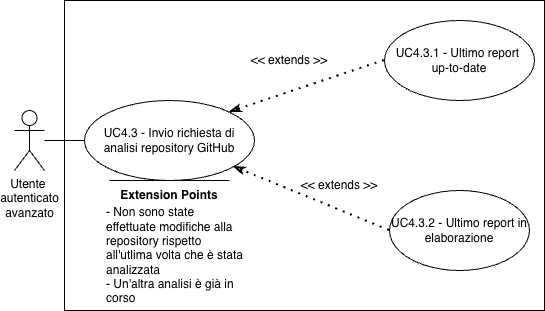
SkarabGroup/DocumentazioneProgetto keeps this draw.io diagram as assets/diagrams/UC4_3.png. Above is the earlier version. Source tidied: cells renumbered, new cells last; positions are measured from the earlier drawing's top-left corner, leaving out a move shared by most shapes. Source of this version:
```xml
<mxGraphModel>
  <root>
    <mxCell id="0" />
    <mxCell id="1" parent="0" />
    <mxCell id="2" style="rounded=0;whiteSpace=wrap;html=1;" parent="1" vertex="1">
      <mxGeometry x="50" width="480" height="310" as="geometry" />
    </mxCell>
    <mxCell id="3" value="Utente&amp;nbsp;&lt;div&gt;autenticato&lt;/div&gt;&lt;div&gt;avanzato&lt;/div&gt;" style="shape=umlActor;verticalLabelPosition=bottom;verticalAlign=top;html=1;outlineConnect=0;" parent="1" vertex="1">
      <mxGeometry y="110" width="30" height="60" as="geometry" />
    </mxCell>
    <mxCell id="4" value="UC4.3 - Invio richiesta di analisi repository GitHub" style="ellipse;whiteSpace=wrap;html=1;" parent="1" vertex="1">
      <mxGeometry x="70" y="100" width="170" height="80" as="geometry" />
    </mxCell>
    <mxCell id="5" value="UC4.3.1 - Ultimo report&amp;nbsp;&lt;div&gt;up-to-date&lt;/div&gt;" style="ellipse;whiteSpace=wrap;html=1;" parent="1" vertex="1">
      <mxGeometry x="370" y="20" width="150" height="80" as="geometry" />
    </mxCell>
    <mxCell id="6" style="endArrow=classicThin;dashed=1;html=1;dashPattern=1 3;strokeWidth=2;rounded=0;entryX=1;entryY=0;entryDx=0;entryDy=0;exitX=0;exitY=0.5;exitDx=0;exitDy=0;endFill=0;startArrow=none;startFill=0;" parent="1" edge="1" source="5" target="4">
      <mxGeometry relative="1" as="geometry" />
    </mxCell>
    <mxCell id="7" style="endArrow=none;html=1;rounded=0;entryX=0;entryY=0.5;entryDx=0;entryDy=0;" parent="1" edge="1" source="3" target="4">
      <mxGeometry relative="1" as="geometry" />
    </mxCell>
    <mxCell id="8" value="&amp;lt;&amp;lt; extends &amp;gt;&amp;gt;" style="text;html=1;whiteSpace=wrap;strokeColor=none;fillColor=none;align=center;verticalAlign=middle;rounded=0;" parent="1" vertex="1">
      <mxGeometry x="230" y="45" width="90" height="30" as="geometry" />
    </mxCell>
    <mxCell id="9" value="&lt;b&gt;Extension Points&lt;/b&gt;" style="text;html=1;whiteSpace=wrap;strokeColor=none;fillColor=none;align=center;verticalAlign=middle;rounded=0;" parent="1" vertex="1">
      <mxGeometry x="95" y="180" width="120" height="30" as="geometry" />
    </mxCell>
    <mxCell id="10" style="endArrow=none;html=1;rounded=0;entryX=1;entryY=0;entryDx=0;entryDy=0;" parent="1" edge="1" target="9">
      <mxGeometry relative="1" as="geometry">
        <mxPoint x="95" y="180" as="sourcePoint" />
      </mxGeometry>
    </mxCell>
    <mxCell id="11" value="- Non sono state effettuate modifiche alla repository rispetto all'utlima volta che è stata analizzata&amp;nbsp;&lt;div&gt;- Un'altra analisi è già in corso&lt;/div&gt;" style="text;html=1;whiteSpace=wrap;strokeColor=none;fillColor=none;align=left;verticalAlign=middle;rounded=0;" parent="1" vertex="1">
      <mxGeometry x="90" y="210" width="140" height="90" as="geometry" />
    </mxCell>
    <mxCell id="12" value="UC4.3.2 - Ultimo report in elaborazione" style="ellipse;whiteSpace=wrap;html=1;" parent="1" vertex="1">
      <mxGeometry x="375" y="190" width="140" height="80" as="geometry" />
    </mxCell>
    <mxCell id="13" style="endArrow=classicThin;dashed=1;html=1;dashPattern=1 3;strokeWidth=2;rounded=0;exitX=0;exitY=0.5;exitDx=0;exitDy=0;endFill=0;startArrow=none;startFill=0;" parent="1" edge="1" source="12" target="4">
      <mxGeometry relative="1" as="geometry" />
    </mxCell>
    <mxCell id="14" value="&amp;lt;&amp;lt; extends &amp;gt;&amp;gt;" style="text;html=1;whiteSpace=wrap;strokeColor=none;fillColor=none;align=center;verticalAlign=middle;rounded=0;" parent="1" vertex="1">
      <mxGeometry x="280" y="170" width="90" height="30" as="geometry" />
    </mxCell>
  </root>
</mxGraphModel>
```
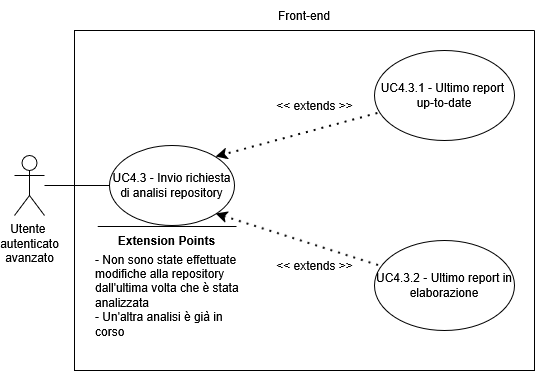
After the commit.

Diff of the diagram source:
```diff
@@ -2,46 +2,50 @@
   <root>
     <mxCell id="0" />
     <mxCell id="1" parent="0" />
-    <mxCell id="2" style="rounded=0;whiteSpace=wrap;html=1;" parent="1" vertex="1">
-      <mxGeometry x="50" width="480" height="310" as="geometry" />
-    </mxCell>
-    <mxCell id="3" value="Utente&amp;nbsp;&lt;div&gt;autenticato&lt;/div&gt;&lt;div&gt;avanzato&lt;/div&gt;" style="shape=umlActor;verticalLabelPosition=bottom;verticalAlign=top;html=1;outlineConnect=0;" parent="1" vertex="1">
+    <mxCell id="3" value="&lt;div&gt;Utente&amp;nbsp;&lt;/div&gt;&lt;div&gt;autenticato&lt;/div&gt;&lt;div&gt;avanzato&lt;/div&gt;" style="shape=umlActor;verticalLabelPosition=bottom;verticalAlign=top;html=1;outlineConnect=0;" parent="1" vertex="1">
       <mxGeometry y="110" width="30" height="60" as="geometry" />
     </mxCell>
-    <mxCell id="4" value="UC4.3 - Invio richiesta di analisi repository GitHub" style="ellipse;whiteSpace=wrap;html=1;" parent="1" vertex="1">
-      <mxGeometry x="70" y="100" width="170" height="80" as="geometry" />
-    </mxCell>
+    <mxCell id="15" style="swimlane;startSize=0;" parent="1" vertex="1">
+      <mxGeometry x="60" y="-15" width="460" height="340" as="geometry" />
+    </mxCell>
+    <mxCell id="16" value="UC4.3 - Invio richiesta di analisi repository" style="ellipse;whiteSpace=wrap;html=1;" parent="15" vertex="1">
+      <mxGeometry x="35" y="115" width="125" height="80" as="geometry" />
+    </mxCell>
-    <mxCell id="5" value="UC4.3.1 - Ultimo report&amp;nbsp;&lt;div&gt;up-to-date&lt;/div&gt;" style="ellipse;whiteSpace=wrap;html=1;" parent="1" vertex="1">
-      <mxGeometry x="370" y="20" width="150" height="80" as="geometry" />
+    <mxCell id="5" value="&lt;div&gt;UC4.3.1 - Ultimo report&amp;nbsp;&lt;/div&gt;&lt;div&gt;up-to-date&lt;/div&gt;" style="ellipse;whiteSpace=wrap;html=1;" parent="15" vertex="1">
+      <mxGeometry x="300" y="20" width="140" height="90" as="geometry" />
     </mxCell>
-    <mxCell id="6" style="endArrow=classicThin;dashed=1;html=1;dashPattern=1 3;strokeWidth=2;rounded=0;entryX=1;entryY=0;entryDx=0;entryDy=0;exitX=0;exitY=0.5;exitDx=0;exitDy=0;endFill=0;startArrow=none;startFill=0;" parent="1" edge="1" source="5" target="4">
-      <mxGeometry relative="1" as="geometry" />
-    </mxCell>
-    <mxCell id="7" style="endArrow=none;html=1;rounded=0;entryX=0;entryY=0.5;entryDx=0;entryDy=0;" parent="1" edge="1" source="3" target="4">
-      <mxGeometry relative="1" as="geometry" />
-    </mxCell>
-    <mxCell id="8" value="&amp;lt;&amp;lt; extends &amp;gt;&amp;gt;" style="text;html=1;whiteSpace=wrap;strokeColor=none;fillColor=none;align=center;verticalAlign=middle;rounded=0;" parent="1" vertex="1">
-      <mxGeometry x="230" y="45" width="90" height="30" as="geometry" />
-    </mxCell>
+    <mxCell id="17" style="endArrow=classic;dashed=1;html=1;dashPattern=1 3;strokeWidth=2;rounded=0;entryX=1;entryY=0;entryDx=0;entryDy=0;exitX=0.024;exitY=0.7;exitDx=0;exitDy=0;strokeColor=default;curved=0;endFill=1;endSize=6;exitPerimeter=0;" parent="15" edge="1" source="5" target="16">
+      <mxGeometry relative="1" as="geometry" />
+    </mxCell>
+    <mxCell id="18" value="&lt;div&gt;&amp;lt;&amp;lt; extends &amp;gt;&amp;gt;&lt;/div&gt;" style="text;html=1;whiteSpace=wrap;strokeColor=none;fillColor=none;align=center;verticalAlign=middle;rounded=0;" parent="15" vertex="1">
+      <mxGeometry x="192.5" y="60" width="95" height="30" as="geometry" />
+    </mxCell>
+    <mxCell id="12" value="UC4.3.2 - Ultimo report in elaborazione" style="ellipse;whiteSpace=wrap;html=1;" parent="15" vertex="1">
+      <mxGeometry x="300" y="210" width="140" height="90" as="geometry" />
+    </mxCell>
+    <mxCell id="19" style="endArrow=classic;dashed=1;html=1;dashPattern=1 3;strokeWidth=2;rounded=0;entryX=1;entryY=1;entryDx=0;entryDy=0;exitX=0.029;exitY=0.278;exitDx=0;exitDy=0;strokeColor=default;curved=0;endFill=1;endSize=6;exitPerimeter=0;" parent="15" edge="1" source="12" target="16">
+      <mxGeometry relative="1" as="geometry" />
+    </mxCell>
+    <mxCell id="20" value="&amp;lt;&amp;lt; extends &amp;gt;&amp;gt;" style="text;html=1;whiteSpace=wrap;strokeColor=none;fillColor=none;align=center;verticalAlign=middle;rounded=0;" parent="15" vertex="1">
+      <mxGeometry x="192.5" y="220" width="95" height="30" as="geometry" />
+    </mxCell>
+    <mxCell id="21" style="endArrow=none;html=1;rounded=0;" parent="15" edge="1">
+      <mxGeometry relative="1" as="geometry">
+        <mxPoint x="162" y="196" as="sourcePoint" />
+        <mxPoint x="23.2" y="196" as="targetPoint" />
+      </mxGeometry>
+    </mxCell>
-    <mxCell id="9" value="&lt;b&gt;Extension Points&lt;/b&gt;" style="text;html=1;whiteSpace=wrap;strokeColor=none;fillColor=none;align=center;verticalAlign=middle;rounded=0;" parent="1" vertex="1">
-      <mxGeometry x="95" y="180" width="120" height="30" as="geometry" />
+    <mxCell id="9" value="&lt;b&gt;Extension Points&lt;/b&gt;" style="text;html=1;whiteSpace=wrap;strokeColor=none;fillColor=none;align=center;verticalAlign=middle;rounded=0;strokeWidth=5;" parent="15" vertex="1">
+      <mxGeometry x="35" y="195" width="115" height="30" as="geometry" />
     </mxCell>
-    <mxCell id="10" style="endArrow=none;html=1;rounded=0;entryX=1;entryY=0;entryDx=0;entryDy=0;" parent="1" edge="1" target="9">
-      <mxGeometry relative="1" as="geometry">
-        <mxPoint x="95" y="180" as="sourcePoint" />
-      </mxGeometry>
-    </mxCell>
-    <mxCell id="11" value="- Non sono state effettuate modifiche alla repository rispetto all'utlima volta che è stata analizzata&amp;nbsp;&lt;div&gt;- Un'altra analisi è già in corso&lt;/div&gt;" style="text;html=1;whiteSpace=wrap;strokeColor=none;fillColor=none;align=left;verticalAlign=middle;rounded=0;" parent="1" vertex="1">
-      <mxGeometry x="90" y="210" width="140" height="90" as="geometry" />
-    </mxCell>
-    <mxCell id="12" value="UC4.3.2 - Ultimo report in elaborazione" style="ellipse;whiteSpace=wrap;html=1;" parent="1" vertex="1">
-      <mxGeometry x="375" y="190" width="140" height="80" as="geometry" />
-    </mxCell>
-    <mxCell id="13" style="endArrow=classicThin;dashed=1;html=1;dashPattern=1 3;strokeWidth=2;rounded=0;exitX=0;exitY=0.5;exitDx=0;exitDy=0;endFill=0;startArrow=none;startFill=0;" parent="1" edge="1" source="12" target="4">
-      <mxGeometry relative="1" as="geometry" />
-    </mxCell>
-    <mxCell id="14" value="&amp;lt;&amp;lt; extends &amp;gt;&amp;gt;" style="text;html=1;whiteSpace=wrap;strokeColor=none;fillColor=none;align=center;verticalAlign=middle;rounded=0;" parent="1" vertex="1">
-      <mxGeometry x="280" y="170" width="90" height="30" as="geometry" />
-    </mxCell>
+    <mxCell id="22" value="&lt;div align=&quot;left&quot;&gt;- Non sono state effettuate modifiche alla repository dall'ultima volta che è stata analizzata&lt;/div&gt;&lt;div align=&quot;left&quot;&gt;- Un'altra analisi è già in corso&lt;/div&gt;" style="text;html=1;whiteSpace=wrap;strokeColor=none;fillColor=none;align=left;verticalAlign=middle;rounded=0;" parent="15" vertex="1">
+      <mxGeometry x="19" y="210" width="147" height="110" as="geometry" />
+    </mxCell>
+    <mxCell id="23" style="endArrow=none;html=1;rounded=0;entryX=0;entryY=0.5;entryDx=0;entryDy=0;" parent="1" edge="1" source="3" target="16">
+      <mxGeometry relative="1" as="geometry" />
+    </mxCell>
+    <mxCell id="24" value="Front-end" style="text;html=1;whiteSpace=wrap;strokeColor=none;fillColor=none;align=center;verticalAlign=middle;rounded=0;" parent="1" vertex="1">
+      <mxGeometry x="260" y="-45" width="60" height="30" as="geometry" />
+    </mxCell>
   </root>
 </mxGraphModel>
```
